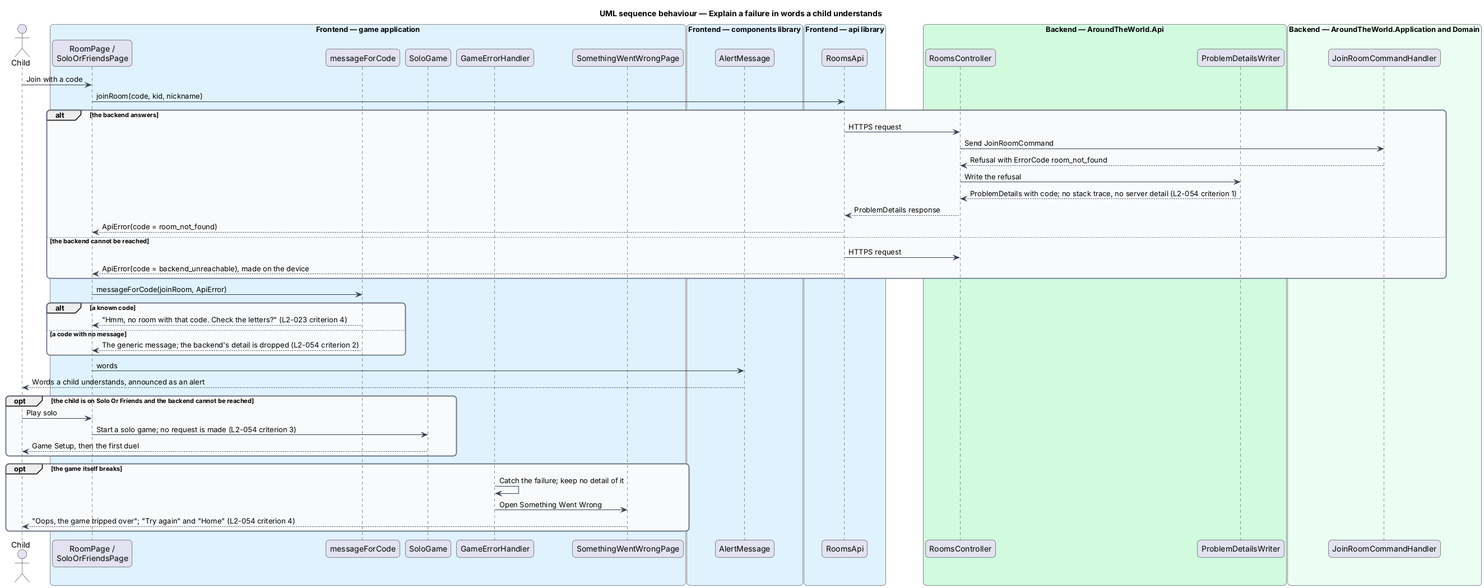
QuinntyneBrown/around-the-world keeps this PlantUML diagram as docs/detailed-designs/platform/operate-backend/diagrams/sequence-explain-a-failure.png. Above is the earlier version. Its source is kept beside it as docs/detailed-designs/platform/operate-backend/diagrams/sequence-explain-a-failure.puml. Its diagram source:
```plantuml
@startuml
title UML sequence behaviour — Explain a failure in words a child understands
skinparam backgroundColor #FFFFFF
skinparam shadowing false
skinparam roundcorner 12
skinparam defaultFontName Arial
skinparam ArrowColor #344054
skinparam rectangle {
  BorderColor #344054
  FontColor #101828
}
skinparam package {
  BorderColor #667085
  FontColor #101828
  BackgroundColor #F9FAFB
}
actor "Child" as actor
box "Frontend — game application" #E0F2FE
  participant "RoomPage /\nSoloOrFriendsPage" as page
  participant "messageForCode" as words
  participant "SoloGame" as solo
  participant "GameErrorHandler" as geh
  participant "SomethingWentWrongPage" as sww
end box
box "Frontend — components library" #E0F2FE
  participant "AlertMessage" as alert
end box
box "Frontend — api library" #E0F2FE
  participant "RoomsApi" as client
end box
box "Backend — AroundTheWorld.Api" #D1FADF
  participant "RoomsController" as controller
  participant "ProblemDetailsWriter" as writer
end box
box "Backend — AroundTheWorld.Application and Domain" #ECFDF3
  participant "JoinRoomCommandHandler" as handler
end box
actor -> page : Join with a code
page -> client : joinRoom(code, kid, nickname)
alt the backend answers
  client -> controller : HTTPS request
  controller -> handler : Send JoinRoomCommand
  handler --> controller : Refusal with ErrorCode room_not_found
  controller -> writer : Write the refusal
  writer --> controller : ProblemDetails with code; no stack trace, no server detail (L2-054 criterion 1)
  controller --> client : ProblemDetails response
  client --> page : ApiError(code = room_not_found)
else the backend cannot be reached
  client -> controller : HTTPS request
  client --> page : ApiError(code = backend_unreachable), made on the device
end
page -> words : messageForCode(joinRoom, ApiError)
alt a known code
  words --> page : "Hmm, no room with that code. Check the letters?" (L2-023 criterion 4)
else a code with no message
  words --> page : The generic message; the backend's detail is dropped (L2-054 criterion 2)
end
page -> alert : words
alert --> actor : Words a child understands, announced as an alert
opt the child is on Solo Or Friends and the backend cannot be reached
  actor -> page : Play solo
  page -> solo : Start a solo game; no request is made (L2-054 criterion 3)
  solo --> actor : Game Setup, then the first duel
end
opt the game itself breaks
  geh -> geh : Catch the failure; keep no detail of it
  geh -> sww : Open Something Went Wrong
  sww --> actor : "Oops, the game tripped over"; "Try again" and "Home" (L2-054 criterion 4)
end
@enduml
```
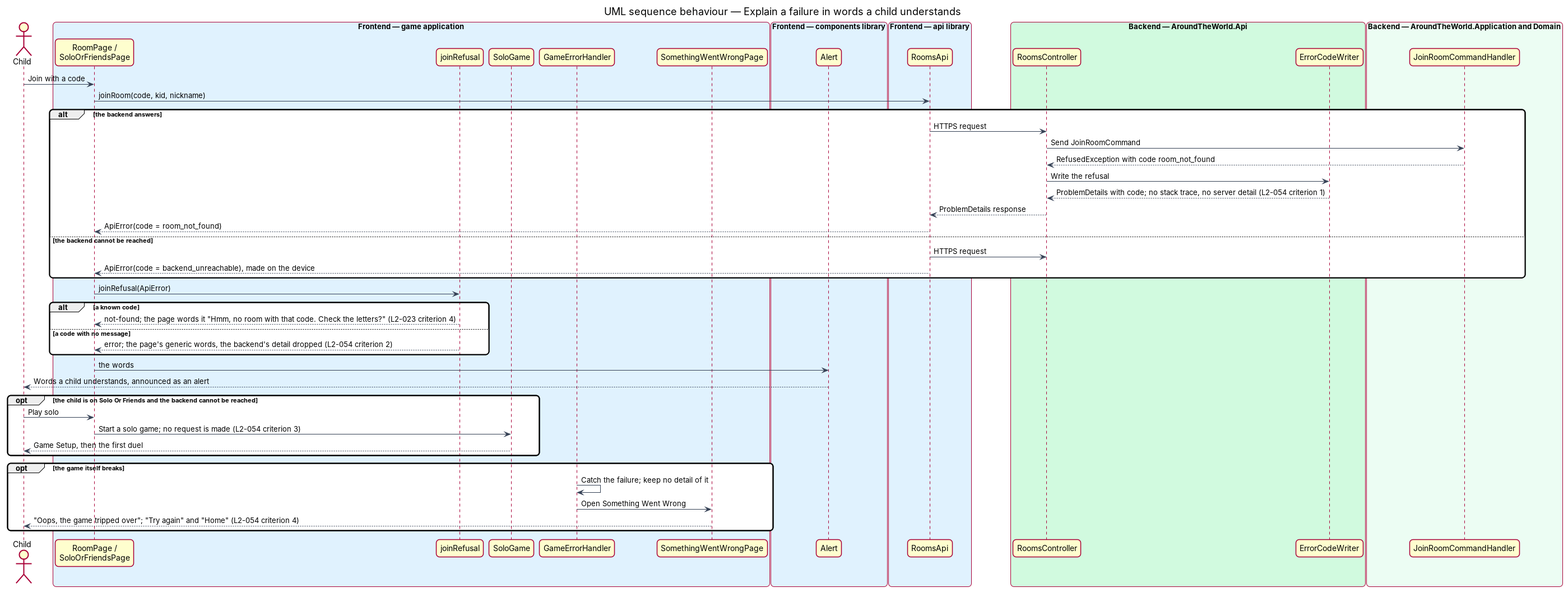
After the change.

Change to the diagram source:
```diff
@@ -17,20 +17,20 @@
 actor "Child" as actor
 box "Frontend — game application" #E0F2FE
   participant "RoomPage /\nSoloOrFriendsPage" as page
-  participant "messageForCode" as words
+  participant "joinRefusal" as words
   participant "SoloGame" as solo
   participant "GameErrorHandler" as geh
   participant "SomethingWentWrongPage" as sww
 end box
 box "Frontend — components library" #E0F2FE
-  participant "AlertMessage" as alert
+  participant "Alert" as alert
 end box
 box "Frontend — api library" #E0F2FE
   participant "RoomsApi" as client
 end box
 box "Backend — AroundTheWorld.Api" #D1FADF
   participant "RoomsController" as controller
-  participant "ProblemDetailsWriter" as writer
+  participant "ErrorCodeWriter" as writer
 end box
 box "Backend — AroundTheWorld.Application and Domain" #ECFDF3
   participant "JoinRoomCommandHandler" as handler
@@ -40,7 +40,7 @@
 alt the backend answers
   client -> controller : HTTPS request
   controller -> handler : Send JoinRoomCommand
-  handler --> controller : Refusal with ErrorCode room_not_found
+  handler --> controller : RefusedException with code room_not_found
   controller -> writer : Write the refusal
   writer --> controller : ProblemDetails with code; no stack trace, no server detail (L2-054 criterion 1)
   controller --> client : ProblemDetails response
@@ -49,13 +49,13 @@
   client -> controller : HTTPS request
   client --> page : ApiError(code = backend_unreachable), made on the device
 end
-page -> words : messageForCode(joinRoom, ApiError)
+page -> words : joinRefusal(ApiError)
 alt a known code
-  words --> page : "Hmm, no room with that code. Check the letters?" (L2-023 criterion 4)
+  words --> page : not-found; the page words it "Hmm, no room with that code. Check the letters?" (L2-023 criterion 4)
 else a code with no message
-  words --> page : The generic message; the backend's detail is dropped (L2-054 criterion 2)
+  words --> page : error; the page's generic words, the backend's detail dropped (L2-054 criterion 2)
 end
-page -> alert : words
+page -> alert : the words
 alert --> actor : Words a child understands, announced as an alert
 opt the child is on Solo Or Friends and the backend cannot be reached
   actor -> page : Play solo
```
